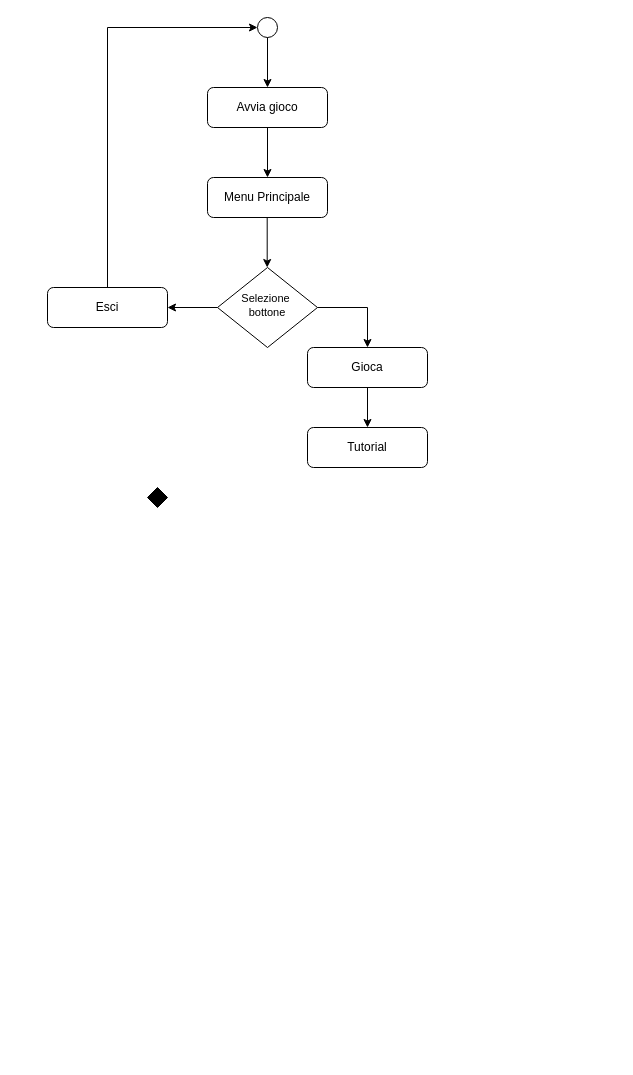
This is 02_Documentazione/DFD/DFD_SchoolEvacuationVR.drawio from NicoloFadda/SchoolEvacuationVR, a draw.io file, before an edit. Source tidied: cells renumbered, new cells numbered last; positions are measured from the earlier drawing's top-left corner, leaving out a move shared by most shapes. Both pictures are drawn from the tidied source at 100%, with x=0, y=0 at pixel (47, 17).
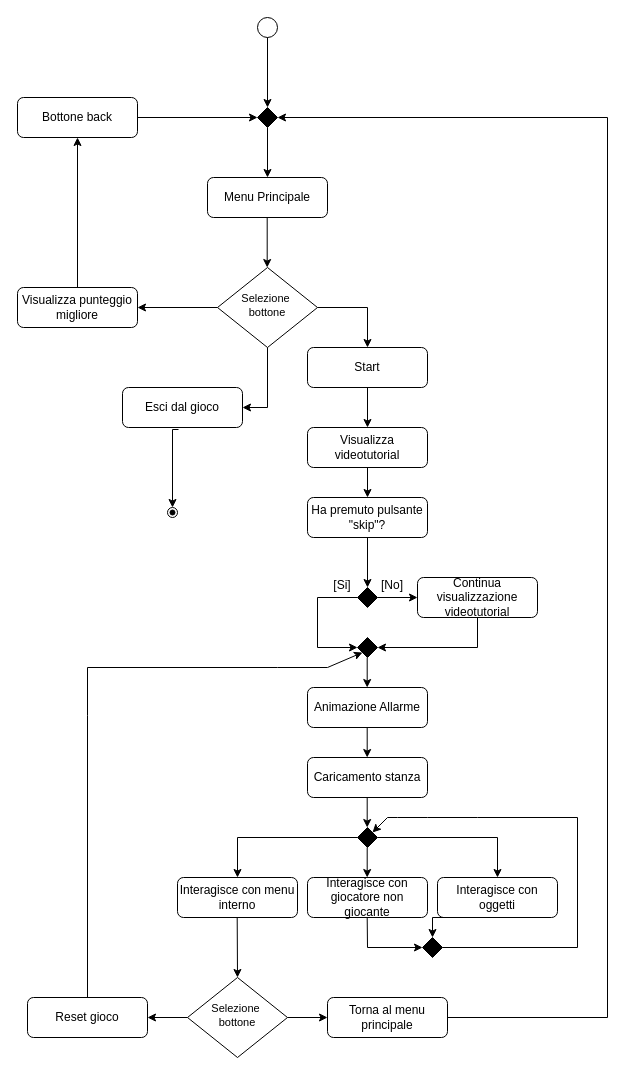
Above is the later version.

Commit message (it also covers changes not shown here):
Diagramma di flusso

Modificato il diagramma di flusso principale

Unchanged cells that the change refers to:
```xml
<mxCell id="2" style="ellipse;whiteSpace=wrap;html=1;" parent="1" vertex="1">
  <mxGeometry x="210" width="20" height="20" as="geometry" />
</mxCell>
<mxCell id="4" value="Selezione&amp;nbsp;&lt;div&gt;bottone&lt;/div&gt;" style="rhombus;whiteSpace=wrap;html=1;shadow=0;fontFamily=Helvetica;fontSize=11;align=center;strokeWidth=1;spacing=6;spacingTop=-4;" parent="1" vertex="1">
  <mxGeometry x="170" y="250" width="100" height="80" as="geometry" />
</mxCell>
<mxCell id="5" value="Menu Principale" style="rounded=1;whiteSpace=wrap;html=1;fontSize=12;glass=0;strokeWidth=1;shadow=0;" parent="1" vertex="1">
  <mxGeometry x="160" y="160" width="120" height="40" as="geometry" />
</mxCell>
```

Change to the diagram source:
```diff
@@
-    <mxCell id="3" value="Avvia gioco" style="rounded=1;whiteSpace=wrap;html=1;fontSize=12;glass=0;strokeWidth=1;shadow=0;" parent="1" vertex="1">
-      <mxGeometry x="160" y="70" width="120" height="40" as="geometry" />
-    </mxCell>
@@
-    <mxCell id="6" style="endArrow=classic;html=1;rounded=0;exitX=0.5;exitY=1;exitDx=0;exitDy=0;entryX=0.5;entryY=0;entryDx=0;entryDy=0;" parent="1" edge="1" source="2" target="3">
+    <mxCell id="6" style="endArrow=classic;html=1;rounded=0;exitX=0.5;exitY=1;exitDx=0;exitDy=0;entryX=0.5;entryY=0;entryDx=0;entryDy=0;" parent="1" edge="1" source="2" target="50">
       <mxGeometry relative="1" as="geometry" />
     </mxCell>
-    <mxCell id="7" style="endArrow=classic;html=1;rounded=0;exitX=0.5;exitY=1;exitDx=0;exitDy=0;entryX=0.5;entryY=0;entryDx=0;entryDy=0;" parent="1" edge="1" source="3" target="5">
-      <mxGeometry relative="1" as="geometry" />
+    <mxCell id="7" style="endArrow=classic;html=1;rounded=0;exitX=0.5;exitY=1;exitDx=0;exitDy=0;entryX=0.5;entryY=0;entryDx=0;entryDy=0;" parent="1" edge="1" target="5">
+      <mxGeometry relative="1" as="geometry">
+        <mxPoint x="220" y="110" as="sourcePoint" />
+      </mxGeometry>
     </mxCell>
@@
-    <mxCell id="9" style="endArrow=classic;html=1;rounded=0;exitX=0.5;exitY=1;exitDx=0;exitDy=0;" parent="1" edge="1">
-      <mxGeometry relative="1" as="geometry">
-        <mxPoint x="170" y="290" as="sourcePoint" />
-        <mxPoint x="120" y="290" as="targetPoint" />
-        <Array as="points">
-          <mxPoint x="120" y="290" />
-        </Array>
-      </mxGeometry>
-    </mxCell>
-    <mxCell id="10" value="Esci" style="rounded=1;whiteSpace=wrap;html=1;fontSize=12;glass=0;strokeWidth=1;shadow=0;" parent="1" vertex="1">
-      <mxGeometry y="270" width="120" height="40" as="geometry" />
+    <mxCell id="10" value="Esci dal gioco" style="rounded=1;whiteSpace=wrap;html=1;fontSize=12;glass=0;strokeWidth=1;shadow=0;" parent="1" vertex="1">
+      <mxGeometry x="75" y="370" width="120" height="40" as="geometry" />
     </mxCell>
@@
-    <mxCell id="12" value="Gioca" style="rounded=1;whiteSpace=wrap;html=1;fontSize=12;glass=0;strokeWidth=1;shadow=0;" parent="1" vertex="1">
+    <mxCell id="12" value="Start" style="rounded=1;whiteSpace=wrap;html=1;fontSize=12;glass=0;strokeWidth=1;shadow=0;" parent="1" vertex="1">
       <mxGeometry x="260" y="330" width="120" height="40" as="geometry" />
     </mxCell>
     <mxCell id="13" style="rhombus;whiteSpace=wrap;html=1;labelBackgroundColor=#000000;labelBorderColor=default;textShadow=1;fillColor=#000000;" parent="1" vertex="1">
-      <mxGeometry x="100" y="470" width="20" height="20" as="geometry" />
+      <mxGeometry x="310" y="570" width="20" height="20" as="geometry" />
     </mxCell>
-    <mxCell id="14" style="endArrow=classic;html=1;rounded=0;exitX=0.5;exitY=0;exitDx=0;exitDy=0;entryX=0;entryY=0.5;entryDx=0;entryDy=0;" parent="1" edge="1" source="10" target="2">
-      <mxGeometry relative="1" as="geometry">
-        <Array as="points">
-          <mxPoint x="60" y="10" />
-        </Array>
-      </mxGeometry>
-    </mxCell>
@@
-    <mxCell id="16" value="Tutorial" style="rounded=1;whiteSpace=wrap;html=1;fontSize=12;glass=0;strokeWidth=1;shadow=0;" parent="1" vertex="1">
+    <mxCell id="16" value="Visualizza videotutorial" style="rounded=1;whiteSpace=wrap;html=1;fontSize=12;glass=0;strokeWidth=1;shadow=0;" parent="1" vertex="1">
       <mxGeometry x="260" y="410" width="120" height="40" as="geometry" />
     </mxCell>
+    <mxCell id="17" value="Ha premuto pulsante &quot;skip&quot;?" style="rounded=1;whiteSpace=wrap;html=1;fontSize=12;glass=0;strokeWidth=1;shadow=0;" parent="1" vertex="1">
+      <mxGeometry x="260" y="480" width="120" height="40" as="geometry" />
+    </mxCell>
+    <mxCell id="18" style="endArrow=classic;html=1;rounded=0;exitX=0.5;exitY=1;exitDx=0;exitDy=0;" parent="1" edge="1" source="16" target="17">
+      <mxGeometry relative="1" as="geometry" />
+    </mxCell>
+    <mxCell id="19" style="endArrow=classic;html=1;rounded=0;exitX=0.5;exitY=1;exitDx=0;exitDy=0;entryX=0.5;entryY=0;entryDx=0;entryDy=0;" parent="1" edge="1" source="17" target="13">
+      <mxGeometry relative="1" as="geometry" />
+    </mxCell>
+    <mxCell id="20" style="endArrow=classic;html=1;rounded=0;exitX=1;exitY=0.5;exitDx=0;exitDy=0;" parent="1" edge="1" source="13">
+      <mxGeometry relative="1" as="geometry">
+        <mxPoint x="370" y="580" as="targetPoint" />
+      </mxGeometry>
+    </mxCell>
+    <mxCell id="21" style="endArrow=classic;html=1;rounded=0;exitX=0;exitY=0.5;exitDx=0;exitDy=0;entryX=0;entryY=0.5;entryDx=0;entryDy=0;" parent="1" edge="1" source="13" target="25">
+      <mxGeometry relative="1" as="geometry">
+        <Array as="points">
+          <mxPoint x="270" y="580" />
+          <mxPoint x="270" y="630" />
+        </Array>
+      </mxGeometry>
+    </mxCell>
+    <mxCell id="22" value="[No]" style="text;html=1;align=center;verticalAlign=middle;whiteSpace=wrap;rounded=0;" parent="1" vertex="1">
+      <mxGeometry x="330" y="555" width="30" height="25" as="geometry" />
+    </mxCell>
+    <mxCell id="23" value="[Si]" style="text;html=1;align=center;verticalAlign=middle;whiteSpace=wrap;rounded=0;" parent="1" vertex="1">
+      <mxGeometry x="280" y="555" width="30" height="25" as="geometry" />
+    </mxCell>
+    <mxCell id="24" value="Continua visualizzazione videotutorial" style="rounded=1;whiteSpace=wrap;html=1;fontSize=12;glass=0;strokeWidth=1;shadow=0;" parent="1" vertex="1">
+      <mxGeometry x="370" y="560" width="120" height="40" as="geometry" />
+    </mxCell>
+    <mxCell id="25" style="rhombus;whiteSpace=wrap;html=1;labelBackgroundColor=#000000;labelBorderColor=default;textShadow=1;fillColor=#000000;" parent="1" vertex="1">
+      <mxGeometry x="310" y="620" width="20" height="20" as="geometry" />
+    </mxCell>
+    <mxCell id="26" style="endArrow=classic;html=1;rounded=0;exitX=0.5;exitY=1;exitDx=0;exitDy=0;entryX=1;entryY=0.5;entryDx=0;entryDy=0;" parent="1" edge="1" source="24" target="25">
+      <mxGeometry relative="1" as="geometry">
+        <Array as="points">
+          <mxPoint x="430" y="630" />
+        </Array>
+      </mxGeometry>
+    </mxCell>
+    <mxCell id="27" style="endArrow=classic;html=1;rounded=0;exitX=0.5;exitY=1;exitDx=0;exitDy=0;" parent="1" edge="1">
+      <mxGeometry relative="1" as="geometry">
+        <mxPoint x="319.7" y="640" as="sourcePoint" />
+        <mxPoint x="319.7" y="670" as="targetPoint" />
+      </mxGeometry>
+    </mxCell>
+    <mxCell id="28" value="Caricamento stanza" style="rounded=1;whiteSpace=wrap;html=1;fontSize=12;glass=0;strokeWidth=1;shadow=0;" parent="1" vertex="1">
+      <mxGeometry x="260" y="740" width="120" height="40" as="geometry" />
+    </mxCell>
+    <mxCell id="29" style="endArrow=classic;html=1;rounded=0;exitX=0.5;exitY=1;exitDx=0;exitDy=0;" parent="1" edge="1">
+      <mxGeometry relative="1" as="geometry">
+        <mxPoint x="319.7" y="710" as="sourcePoint" />
+        <mxPoint x="319.7" y="740" as="targetPoint" />
+      </mxGeometry>
+    </mxCell>
+    <mxCell id="30" value="Animazione Allarme" style="rounded=1;whiteSpace=wrap;html=1;fontSize=12;glass=0;strokeWidth=1;shadow=0;" parent="1" vertex="1">
+      <mxGeometry x="260" y="670" width="120" height="40" as="geometry" />
+    </mxCell>
+    <mxCell id="31" value="Interagisce con giocatore non giocante" style="rounded=1;whiteSpace=wrap;html=1;fontSize=12;glass=0;strokeWidth=1;shadow=0;" parent="1" vertex="1">
+      <mxGeometry x="260" y="860" width="120" height="40" as="geometry" />
+    </mxCell>
+    <mxCell id="32" style="rhombus;whiteSpace=wrap;html=1;labelBackgroundColor=#000000;labelBorderColor=default;textShadow=1;fillColor=#000000;" parent="1" vertex="1">
+      <mxGeometry x="310" y="810" width="20" height="20" as="geometry" />
+    </mxCell>
+    <mxCell id="33" style="endArrow=classic;html=1;rounded=0;exitX=0.5;exitY=1;exitDx=0;exitDy=0;" parent="1" edge="1">
+      <mxGeometry relative="1" as="geometry">
+        <mxPoint x="319.7" y="780" as="sourcePoint" />
+        <mxPoint x="319.7" y="810" as="targetPoint" />
+      </mxGeometry>
+    </mxCell>
+    <mxCell id="34" style="endArrow=classic;html=1;rounded=0;exitX=0.5;exitY=1;exitDx=0;exitDy=0;" parent="1" edge="1">
+      <mxGeometry relative="1" as="geometry">
+        <mxPoint x="319.7" y="830" as="sourcePoint" />
+        <mxPoint x="319.7" y="860" as="targetPoint" />
+      </mxGeometry>
+    </mxCell>
+    <mxCell id="35" style="endArrow=classic;html=1;rounded=0;exitX=1;exitY=0.5;exitDx=0;exitDy=0;entryX=0.5;entryY=0;entryDx=0;entryDy=0;" parent="1" edge="1" source="32" target="36">
+      <mxGeometry relative="1" as="geometry">
+        <Array as="points">
+          <mxPoint x="450" y="820" />
+        </Array>
+      </mxGeometry>
+    </mxCell>
+    <mxCell id="36" value="Interagisce con oggetti" style="rounded=1;whiteSpace=wrap;html=1;fontSize=12;glass=0;strokeWidth=1;shadow=0;" parent="1" vertex="1">
+      <mxGeometry x="390" y="860" width="120" height="40" as="geometry" />
+    </mxCell>
+    <mxCell id="37" style="endArrow=classic;html=1;rounded=0;exitX=0;exitY=0.5;exitDx=0;exitDy=0;entryX=0.5;entryY=0;entryDx=0;entryDy=0;" parent="1" edge="1" source="32" target="38">
+      <mxGeometry relative="1" as="geometry">
+        <Array as="points">
+          <mxPoint x="190" y="820" />
+        </Array>
+      </mxGeometry>
+    </mxCell>
+    <mxCell id="38" value="Interagisce con menu interno" style="rounded=1;whiteSpace=wrap;html=1;fontSize=12;glass=0;strokeWidth=1;shadow=0;" parent="1" vertex="1">
+      <mxGeometry x="130" y="860" width="120" height="40" as="geometry" />
+    </mxCell>
+    <mxCell id="39" style="rhombus;whiteSpace=wrap;html=1;labelBackgroundColor=#000000;labelBorderColor=default;textShadow=1;fillColor=#000000;" parent="1" vertex="1">
+      <mxGeometry x="375" y="920" width="20" height="20" as="geometry" />
+    </mxCell>
+    <mxCell id="40" style="endArrow=classic;html=1;rounded=0;exitX=0.5;exitY=1;exitDx=0;exitDy=0;entryX=0;entryY=0.5;entryDx=0;entryDy=0;" parent="1" edge="1" target="39">
+      <mxGeometry relative="1" as="geometry">
+        <mxPoint x="319.7" y="900" as="sourcePoint" />
+        <Array as="points">
+          <mxPoint x="320" y="930" />
+        </Array>
+      </mxGeometry>
+    </mxCell>
+    <mxCell id="41" style="endArrow=classic;html=1;rounded=0;exitX=0.5;exitY=1;exitDx=0;exitDy=0;entryX=0.5;entryY=0;entryDx=0;entryDy=0;" parent="1" edge="1" target="39">
+      <mxGeometry relative="1" as="geometry">
+        <mxPoint x="449.7" y="900" as="sourcePoint" />
+        <Array as="points">
+          <mxPoint x="385" y="900" />
+        </Array>
+      </mxGeometry>
+    </mxCell>
+    <mxCell id="42" style="endArrow=classic;html=1;rounded=0;entryX=1;entryY=0;entryDx=0;entryDy=0;exitX=1;exitY=0.5;exitDx=0;exitDy=0;" parent="1" edge="1" source="39" target="32">
+      <mxGeometry relative="1" as="geometry">
+        <Array as="points">
+          <mxPoint x="530" y="930" />
+          <mxPoint x="530" y="800" />
+          <mxPoint x="430" y="800" />
+          <mxPoint x="380" y="800" />
+          <mxPoint x="350" y="800" />
+          <mxPoint x="340" y="800" />
+        </Array>
+      </mxGeometry>
+    </mxCell>
+    <mxCell id="43" value="Selezione&amp;nbsp;&lt;div&gt;bottone&lt;/div&gt;" style="rhombus;whiteSpace=wrap;html=1;shadow=0;fontFamily=Helvetica;fontSize=11;align=center;strokeWidth=1;spacing=6;spacingTop=-4;" parent="1" vertex="1">
+      <mxGeometry x="140" y="960" width="100" height="80" as="geometry" />
+    </mxCell>
+    <mxCell id="44" style="endArrow=classic;html=1;rounded=0;exitX=0.5;exitY=1;exitDx=0;exitDy=0;entryX=0.5;entryY=0;entryDx=0;entryDy=0;" parent="1" edge="1" target="43">
+      <mxGeometry relative="1" as="geometry">
+        <mxPoint x="189.7" y="900" as="sourcePoint" />
+      </mxGeometry>
+    </mxCell>
+    <mxCell id="45" value="Reset gioco" style="rounded=1;whiteSpace=wrap;html=1;fontSize=12;glass=0;strokeWidth=1;shadow=0;" parent="1" vertex="1">
+      <mxGeometry x="-20" y="980" width="120" height="40" as="geometry" />
+    </mxCell>
+    <mxCell id="46" style="endArrow=classic;html=1;rounded=0;entryX=1;entryY=0.5;entryDx=0;entryDy=0;exitX=0;exitY=0.5;exitDx=0;exitDy=0;" parent="1" edge="1" source="43" target="45">
+      <mxGeometry relative="1" as="geometry" />
+    </mxCell>
+    <mxCell id="47" value="Torna al menu principale" style="rounded=1;whiteSpace=wrap;html=1;fontSize=12;glass=0;strokeWidth=1;shadow=0;" parent="1" vertex="1">
+      <mxGeometry x="280" y="980" width="120" height="40" as="geometry" />
+    </mxCell>
+    <mxCell id="48" style="endArrow=classic;html=1;rounded=0;exitX=1;exitY=0.5;exitDx=0;exitDy=0;entryX=0;entryY=0.5;entryDx=0;entryDy=0;" parent="1" edge="1" source="43" target="47">
+      <mxGeometry relative="1" as="geometry" />
+    </mxCell>
+    <mxCell id="49" style="endArrow=classic;html=1;rounded=0;entryX=0;entryY=1;entryDx=0;entryDy=0;" parent="1" edge="1" target="25">
+      <mxGeometry relative="1" as="geometry">
+        <mxPoint x="40" y="980" as="sourcePoint" />
+        <Array as="points">
+          <mxPoint x="40" y="698.2" />
+          <mxPoint x="40" y="650" />
+          <mxPoint x="230" y="650" />
+          <mxPoint x="280" y="650" />
+        </Array>
+      </mxGeometry>
+    </mxCell>
+    <mxCell id="50" style="rhombus;whiteSpace=wrap;html=1;labelBackgroundColor=#000000;labelBorderColor=default;textShadow=1;fillColor=#000000;" parent="1" vertex="1">
+      <mxGeometry x="210" y="90" width="20" height="20" as="geometry" />
+    </mxCell>
+    <mxCell id="51" style="endArrow=classic;html=1;rounded=0;entryX=0.5;entryY=0;entryDx=0;entryDy=0;" parent="1" edge="1" target="52">
+      <mxGeometry relative="1" as="geometry">
+        <mxPoint x="131" y="412" as="sourcePoint" />
+        <Array as="points">
+          <mxPoint x="125" y="412" />
+        </Array>
+      </mxGeometry>
+    </mxCell>
+    <mxCell id="52" style="ellipse;whiteSpace=wrap;html=1;" parent="1" vertex="1">
+      <mxGeometry x="120" y="490" width="10" height="10" as="geometry" />
+    </mxCell>
+    <mxCell id="53" style="ellipse;whiteSpace=wrap;html=1;fillColor=#000000;" parent="1" vertex="1">
+      <mxGeometry x="122.5" y="492.5" width="5" height="5" as="geometry" />
+    </mxCell>
+    <mxCell id="54" style="endArrow=classic;html=1;rounded=0;exitX=0.5;exitY=1;exitDx=0;exitDy=0;entryX=1;entryY=0.5;entryDx=0;entryDy=0;" parent="1" edge="1" source="4" target="10">
+      <mxGeometry relative="1" as="geometry">
+        <Array as="points">
+          <mxPoint x="220" y="390" />
+        </Array>
+      </mxGeometry>
+    </mxCell>
+    <mxCell id="55" style="endArrow=classic;html=1;rounded=0;exitX=1;exitY=0.5;exitDx=0;exitDy=0;entryX=1;entryY=0.5;entryDx=0;entryDy=0;" parent="1" edge="1" source="47" target="50">
+      <mxGeometry relative="1" as="geometry">
+        <Array as="points">
+          <mxPoint x="560" y="1000" />
+          <mxPoint x="560" y="100" />
+        </Array>
+      </mxGeometry>
+    </mxCell>
+    <mxCell id="56" value="Visualizza punteggio migliore" style="rounded=1;whiteSpace=wrap;html=1;fontSize=12;glass=0;strokeWidth=1;shadow=0;" parent="1" vertex="1">
+      <mxGeometry x="-30" y="270" width="120" height="40" as="geometry" />
+    </mxCell>
+    <mxCell id="57" style="endArrow=classic;html=1;rounded=0;exitX=0;exitY=0.5;exitDx=0;exitDy=0;entryX=1;entryY=0.5;entryDx=0;entryDy=0;" parent="1" edge="1" source="4" target="56">
+      <mxGeometry relative="1" as="geometry" />
+    </mxCell>
+    <mxCell id="58" value="Bottone back" style="rounded=1;whiteSpace=wrap;html=1;fontSize=12;glass=0;strokeWidth=1;shadow=0;" parent="1" vertex="1">
+      <mxGeometry x="-30" y="80" width="120" height="40" as="geometry" />
+    </mxCell>
+    <mxCell id="59" style="endArrow=classic;html=1;rounded=0;exitX=0.5;exitY=0;exitDx=0;exitDy=0;entryX=0.5;entryY=1;entryDx=0;entryDy=0;" parent="1" edge="1" source="56" target="58">
+      <mxGeometry relative="1" as="geometry" />
+    </mxCell>
+    <mxCell id="60" style="endArrow=classic;html=1;rounded=0;exitX=1;exitY=0.5;exitDx=0;exitDy=0;entryX=0;entryY=0.5;entryDx=0;entryDy=0;" parent="1" edge="1" source="58" target="50">
+      <mxGeometry relative="1" as="geometry" />
+    </mxCell>
```
